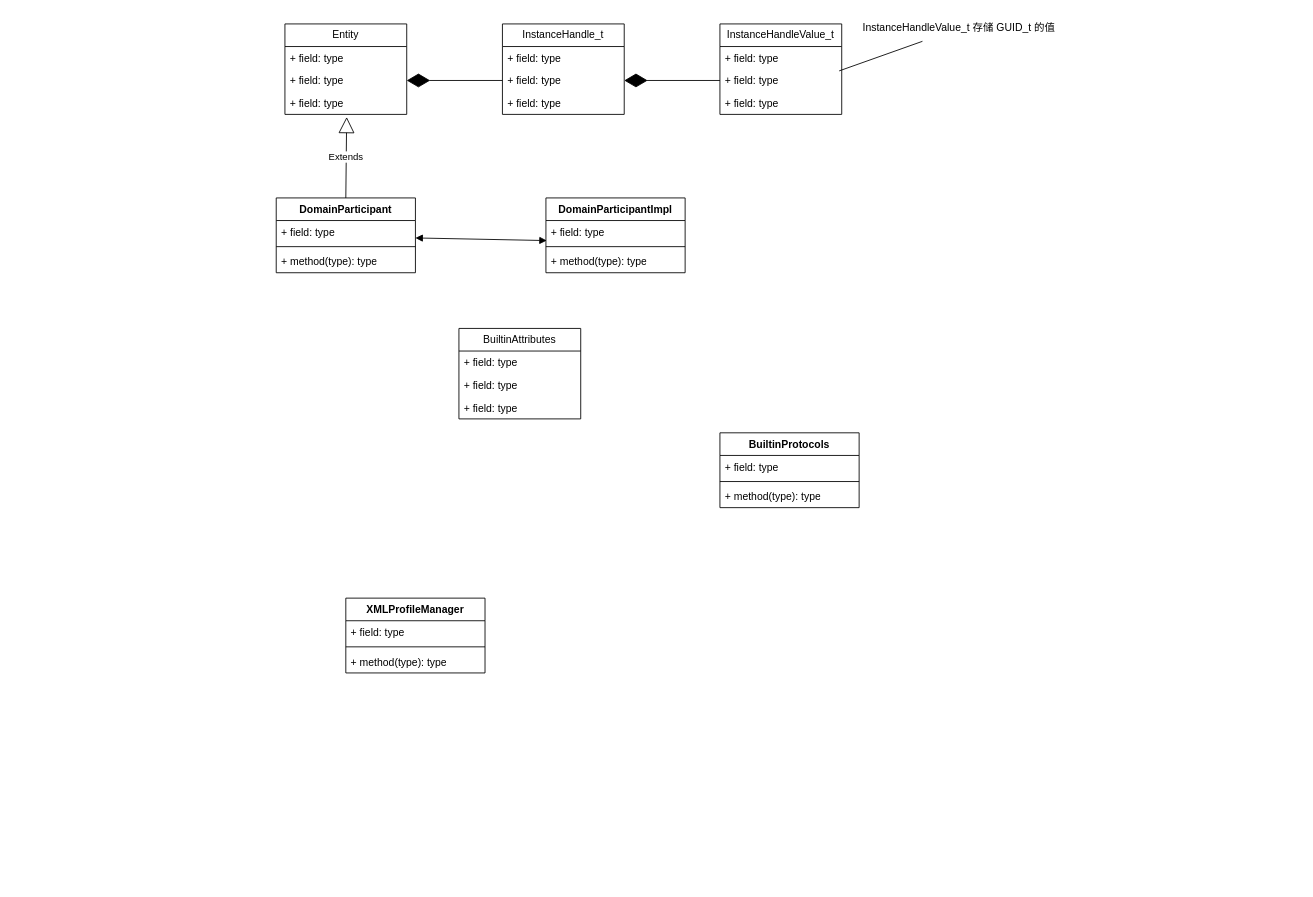
This is fastdds/v2.8.2/fastdds_fastrtps_classes.drawio from hexu1985/Collection.Of.Cpp.Utility.Tools, a draw.io file, before an edit. Source tidied: cells renumbered, new cells numbered last; positions are measured from the earlier drawing's top-left corner, leaving out a move shared by most shapes. Both pictures are drawn from the tidied source at 87%, with x=0, y=0 at pixel (276, 15).
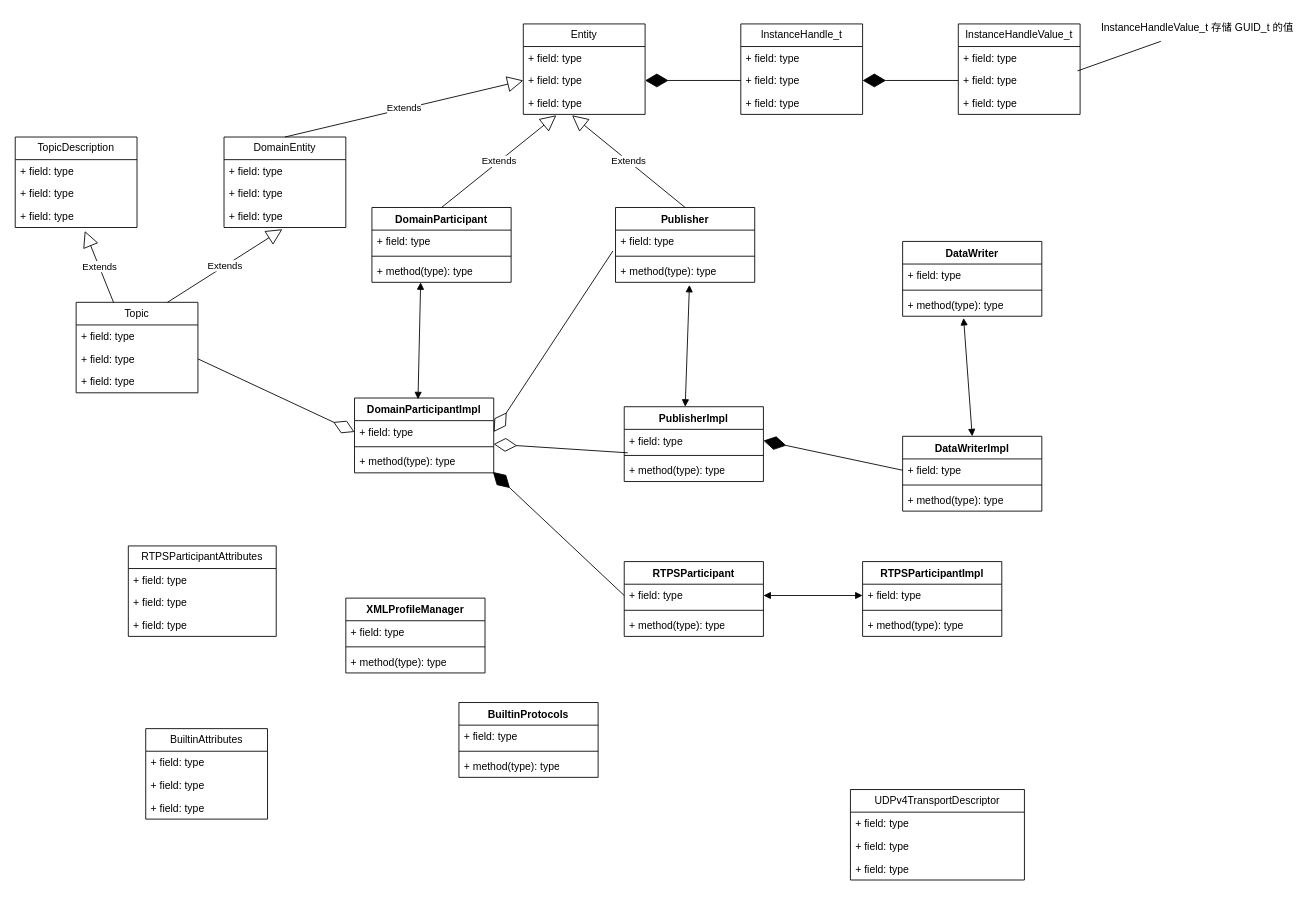
The same diagram, later.

The change refers to these unchanged cells:
```xml
<mxCell id="15" value="+ field: type" style="text;strokeColor=none;fillColor=none;align=left;verticalAlign=top;spacingLeft=4;spacingRight=4;overflow=hidden;points=[[0,0.5],[1,0.5]];portConstraint=eastwest;whiteSpace=wrap;html=1;" parent="14" vertex="1">
  <mxGeometry y="26" width="160" height="26" as="geometry" />
</mxCell>
<mxCell id="17" value="+ method(type): type" style="text;strokeColor=none;fillColor=none;align=left;verticalAlign=top;spacingLeft=4;spacingRight=4;overflow=hidden;points=[[0,0.5],[1,0.5]];portConstraint=eastwest;whiteSpace=wrap;html=1;" parent="14" vertex="1">
  <mxGeometry y="60" width="160" height="26" as="geometry" />
</mxCell>
<mxCell id="19" value="+ field: type" style="text;strokeColor=none;fillColor=none;align=left;verticalAlign=top;spacingLeft=4;spacingRight=4;overflow=hidden;points=[[0,0.5],[1,0.5]];portConstraint=eastwest;whiteSpace=wrap;html=1;" parent="18" vertex="1">
  <mxGeometry y="26" width="160" height="26" as="geometry" />
</mxCell>
<mxCell id="21" value="+ method(type): type" style="text;strokeColor=none;fillColor=none;align=left;verticalAlign=top;spacingLeft=4;spacingRight=4;overflow=hidden;points=[[0,0.5],[1,0.5]];portConstraint=eastwest;whiteSpace=wrap;html=1;" parent="18" vertex="1">
  <mxGeometry y="60" width="160" height="26" as="geometry" />
</mxCell>
<mxCell id="25" value="+ field: type" style="text;strokeColor=none;fillColor=none;align=left;verticalAlign=top;spacingLeft=4;spacingRight=4;overflow=hidden;points=[[0,0.5],[1,0.5]];portConstraint=eastwest;whiteSpace=wrap;html=1;" parent="23" vertex="1">
  <mxGeometry y="52" width="140" height="26" as="geometry" />
</mxCell>
<mxCell id="26" value="+ field: type" style="text;strokeColor=none;fillColor=none;align=left;verticalAlign=top;spacingLeft=4;spacingRight=4;overflow=hidden;points=[[0,0.5],[1,0.5]];portConstraint=eastwest;whiteSpace=wrap;html=1;" parent="23" vertex="1">
  <mxGeometry y="78" width="140" height="26" as="geometry" />
</mxCell>
```

Change to the diagram source:
```diff
@@
     <mxCell id="2" value="BuiltinProtocols" style="swimlane;fontStyle=1;align=center;verticalAlign=top;horizontal=1;startSize=26;whiteSpace=wrap;html=1;" parent="1" vertex="1">
-      <mxGeometry x="510" y="480" width="160" height="86" as="geometry" />
+      <mxGeometry x="210" y="790" width="160" height="86" as="geometry" />
     </mxCell>
@@
     <mxCell id="6" value="BuiltinAttributes" style="swimlane;fontStyle=0;horizontal=1;startSize=26;fillColor=none;whiteSpace=wrap;html=1;" parent="1" vertex="1">
-      <mxGeometry x="210" y="360" width="140" height="104" as="geometry" />
+      <mxGeometry x="-150" y="820" width="140" height="104" as="geometry" />
     </mxCell>
@@
     <mxCell id="14" value="DomainParticipantImpl" style="swimlane;fontStyle=1;align=center;verticalAlign=top;horizontal=1;startSize=26;whiteSpace=wrap;html=1;" parent="1" vertex="1">
-      <mxGeometry x="310" y="210" width="160" height="86" as="geometry" />
+      <mxGeometry x="90" y="440" width="160" height="86" as="geometry" />
     </mxCell>
@@
     <mxCell id="18" value="DomainParticipant" style="swimlane;fontStyle=1;align=center;verticalAlign=top;horizontal=1;startSize=26;whiteSpace=wrap;html=1;" parent="1" vertex="1">
-      <mxGeometry y="210" width="160" height="86" as="geometry" />
+      <mxGeometry x="110" y="221" width="160" height="86" as="geometry" />
     </mxCell>
@@
-    <mxCell id="22" style="endArrow=block;startArrow=block;endFill=1;startFill=1;html=1;rounded=0;exitX=1;exitY=0.769;exitDx=0;exitDy=0;exitPerimeter=0;entryX=0.006;entryY=0.885;entryDx=0;entryDy=0;entryPerimeter=0;" parent="1" edge="1" source="19" target="15">
-      <mxGeometry relative="1" as="geometry" />
-    </mxCell>
     <mxCell id="23" value="Entity" style="swimlane;fontStyle=0;horizontal=1;startSize=26;fillColor=none;whiteSpace=wrap;html=1;" parent="1" vertex="1">
-      <mxGeometry x="10" y="10" width="140" height="104" as="geometry" />
+      <mxGeometry x="284" y="10" width="140" height="104" as="geometry" />
     </mxCell>
@@
-    <mxCell id="27" value="Extends" style="endArrow=block;endSize=16;endFill=0;html=1;rounded=0;entryX=0.507;entryY=1.115;entryDx=0;entryDy=0;entryPerimeter=0;exitX=0.5;exitY=0;exitDx=0;exitDy=0;" parent="1" edge="1" source="18" target="26">
+    <mxCell id="27" value="Extends" style="endArrow=block;endSize=16;endFill=0;html=1;rounded=0;entryX=0.271;entryY=1.038;entryDx=0;entryDy=0;entryPerimeter=0;exitX=0.5;exitY=0;exitDx=0;exitDy=0;" parent="1" edge="1" source="18" target="26">
       <mxGeometry relative="1" as="geometry" />
     </mxCell>
     <mxCell id="28" value="InstanceHandle_t" style="swimlane;fontStyle=0;horizontal=1;startSize=26;fillColor=none;whiteSpace=wrap;html=1;" parent="1" vertex="1">
-      <mxGeometry x="260" y="10" width="140" height="104" as="geometry" />
+      <mxGeometry x="534" y="10" width="140" height="104" as="geometry" />
     </mxCell>
@@
     <mxCell id="32" value="InstanceHandleValue_t" style="swimlane;fontStyle=0;horizontal=1;startSize=26;fillColor=none;whiteSpace=wrap;html=1;" parent="1" vertex="1">
-      <mxGeometry x="510" y="10" width="140" height="104" as="geometry" />
+      <mxGeometry x="784" y="10" width="140" height="104" as="geometry" />
     </mxCell>
@@
     <mxCell id="38" value="InstanceHandleValue_t 存储 GUID_t 的值" style="text;html=1;align=center;verticalAlign=middle;whiteSpace=wrap;rounded=0;" parent="1" vertex="1">
-      <mxGeometry x="670" width="230" height="30" as="geometry" />
+      <mxGeometry x="944" width="230" height="30" as="geometry" />
     </mxCell>
@@
+    <mxCell id="40" value="Topic" style="swimlane;fontStyle=0;horizontal=1;startSize=26;fillColor=none;whiteSpace=wrap;html=1;" parent="1" vertex="1">
+      <mxGeometry x="-230" y="330" width="140" height="104" as="geometry" />
+    </mxCell>
+    <mxCell id="41" value="+ field: type" style="text;strokeColor=none;fillColor=none;align=left;verticalAlign=top;spacingLeft=4;spacingRight=4;overflow=hidden;whiteSpace=wrap;html=1;" parent="40" vertex="1">
+      <mxGeometry y="26" width="140" height="26" as="geometry" />
+    </mxCell>
+    <mxCell id="42" value="+ field: type" style="text;strokeColor=none;fillColor=none;align=left;verticalAlign=top;spacingLeft=4;spacingRight=4;overflow=hidden;points=[[0,0.5],[1,0.5]];portConstraint=eastwest;whiteSpace=wrap;html=1;" parent="40" vertex="1">
+      <mxGeometry y="52" width="140" height="26" as="geometry" />
+    </mxCell>
+    <mxCell id="43" value="+ field: type" style="text;strokeColor=none;fillColor=none;align=left;verticalAlign=top;spacingLeft=4;spacingRight=4;overflow=hidden;whiteSpace=wrap;html=1;" parent="40" vertex="1">
+      <mxGeometry y="78" width="140" height="26" as="geometry" />
+    </mxCell>
+    <mxCell id="44" value="DomainEntity" style="swimlane;fontStyle=0;horizontal=1;startSize=26;fillColor=none;whiteSpace=wrap;html=1;" parent="1" vertex="1">
+      <mxGeometry x="-60" y="140" width="140" height="104" as="geometry" />
+    </mxCell>
+    <mxCell id="45" value="+ field: type" style="text;strokeColor=none;fillColor=none;align=left;verticalAlign=top;spacingLeft=4;spacingRight=4;overflow=hidden;whiteSpace=wrap;html=1;" parent="44" vertex="1">
+      <mxGeometry y="26" width="140" height="26" as="geometry" />
+    </mxCell>
+    <mxCell id="46" value="+ field: type" style="text;strokeColor=none;fillColor=none;align=left;verticalAlign=top;spacingLeft=4;spacingRight=4;overflow=hidden;whiteSpace=wrap;html=1;" parent="44" vertex="1">
+      <mxGeometry y="52" width="140" height="26" as="geometry" />
+    </mxCell>
+    <mxCell id="47" value="+ field: type" style="text;strokeColor=none;fillColor=none;align=left;verticalAlign=top;spacingLeft=4;spacingRight=4;overflow=hidden;points=[[0,0.5],[1,0.5]];portConstraint=eastwest;whiteSpace=wrap;html=1;" parent="44" vertex="1">
+      <mxGeometry y="78" width="140" height="26" as="geometry" />
+    </mxCell>
+    <mxCell id="48" value="Extends" style="endArrow=block;endSize=16;endFill=0;html=1;rounded=0;entryX=0;entryY=0.5;entryDx=0;entryDy=0;exitX=0.5;exitY=0;exitDx=0;exitDy=0;" parent="1" edge="1" source="44" target="25">
+      <mxGeometry relative="1" as="geometry" />
+    </mxCell>
+    <mxCell id="49" value="TopicDescription" style="swimlane;fontStyle=0;horizontal=1;startSize=26;fillColor=none;whiteSpace=wrap;html=1;" parent="1" vertex="1">
+      <mxGeometry x="-300" y="140" width="140" height="104" as="geometry" />
+    </mxCell>
+    <mxCell id="50" value="+ field: type" style="text;strokeColor=none;fillColor=none;align=left;verticalAlign=top;spacingLeft=4;spacingRight=4;overflow=hidden;whiteSpace=wrap;html=1;" parent="49" vertex="1">
+      <mxGeometry y="26" width="140" height="26" as="geometry" />
+    </mxCell>
+    <mxCell id="51" value="+ field: type" style="text;strokeColor=none;fillColor=none;align=left;verticalAlign=top;spacingLeft=4;spacingRight=4;overflow=hidden;whiteSpace=wrap;html=1;" parent="49" vertex="1">
+      <mxGeometry y="52" width="140" height="26" as="geometry" />
+    </mxCell>
+    <mxCell id="52" value="+ field: type" style="text;strokeColor=none;fillColor=none;align=left;verticalAlign=top;spacingLeft=4;spacingRight=4;overflow=hidden;points=[[0,0.5],[1,0.5]];portConstraint=eastwest;whiteSpace=wrap;html=1;" parent="49" vertex="1">
+      <mxGeometry y="78" width="140" height="26" as="geometry" />
+    </mxCell>
+    <mxCell id="53" value="Extends" style="endArrow=block;endSize=16;endFill=0;html=1;rounded=0;entryX=0.479;entryY=1.077;entryDx=0;entryDy=0;entryPerimeter=0;exitX=0.75;exitY=0;exitDx=0;exitDy=0;" parent="1" edge="1" source="40" target="47">
+      <mxGeometry relative="1" as="geometry" />
+    </mxCell>
+    <mxCell id="54" value="Extends" style="endArrow=block;endSize=16;endFill=0;html=1;rounded=0;entryX=0.571;entryY=1.154;entryDx=0;entryDy=0;entryPerimeter=0;exitX=0.307;exitY=0;exitDx=0;exitDy=0;exitPerimeter=0;" parent="1" edge="1" source="40" target="52">
+      <mxGeometry relative="1" as="geometry" />
+    </mxCell>
+    <mxCell id="55" value="Extends" style="endArrow=block;endSize=16;endFill=0;html=1;rounded=0;exitX=0.5;exitY=0;exitDx=0;exitDy=0;entryX=0.4;entryY=1.038;entryDx=0;entryDy=0;entryPerimeter=0;" parent="1" edge="1" source="62" target="26">
+      <mxGeometry relative="1" as="geometry" />
+    </mxCell>
+    <mxCell id="56" style="endArrow=block;startArrow=block;endFill=1;startFill=1;html=1;rounded=0;exitX=0.531;exitY=1.115;exitDx=0;exitDy=0;entryX=0.438;entryY=0;entryDx=0;entryDy=0;exitPerimeter=0;entryPerimeter=0;" parent="1" edge="1" source="65" target="58">
+      <mxGeometry relative="1" as="geometry" />
+    </mxCell>
+    <mxCell id="57" style="endArrow=diamondThin;endFill=0;endSize=24;html=1;rounded=0;entryX=0;entryY=0.5;entryDx=0;entryDy=0;exitX=1;exitY=0.5;exitDx=0;exitDy=0;" parent="1" edge="1" source="42" target="15">
+      <mxGeometry relative="1" as="geometry" />
+    </mxCell>
+    <mxCell id="58" value="PublisherImpl" style="swimlane;fontStyle=1;align=center;verticalAlign=top;horizontal=1;startSize=26;whiteSpace=wrap;html=1;" parent="1" vertex="1">
+      <mxGeometry x="400" y="450" width="160" height="86" as="geometry" />
+    </mxCell>
+    <mxCell id="59" value="+ field: type" style="text;strokeColor=none;fillColor=none;align=left;verticalAlign=top;spacingLeft=4;spacingRight=4;overflow=hidden;points=[[0,0.5],[1,0.5]];portConstraint=eastwest;whiteSpace=wrap;html=1;" parent="58" vertex="1">
+      <mxGeometry y="26" width="160" height="26" as="geometry" />
+    </mxCell>
+    <mxCell id="60" style="line;strokeWidth=1;fillColor=none;align=left;verticalAlign=middle;spacingTop=-1;spacingLeft=3;spacingRight=3;labelPosition=right;strokeColor=inherit;" parent="58" vertex="1">
+      <mxGeometry y="52" width="160" height="8" as="geometry" />
+    </mxCell>
+    <mxCell id="61" value="+ method(type): type" style="text;strokeColor=none;fillColor=none;align=left;verticalAlign=top;spacingLeft=4;spacingRight=4;overflow=hidden;whiteSpace=wrap;html=1;" parent="58" vertex="1">
+      <mxGeometry y="60" width="160" height="26" as="geometry" />
+    </mxCell>
+    <mxCell id="62" value="Publisher" style="swimlane;fontStyle=1;align=center;verticalAlign=top;horizontal=1;startSize=26;whiteSpace=wrap;html=1;" parent="1" vertex="1">
+      <mxGeometry x="390" y="221" width="160" height="86" as="geometry" />
+    </mxCell>
+    <mxCell id="63" value="+ field: type" style="text;strokeColor=none;fillColor=none;align=left;verticalAlign=top;spacingLeft=4;spacingRight=4;overflow=hidden;points=[[0,0.5],[1,0.5]];portConstraint=eastwest;whiteSpace=wrap;html=1;" parent="62" vertex="1">
+      <mxGeometry y="26" width="160" height="26" as="geometry" />
+    </mxCell>
+    <mxCell id="64" style="line;strokeWidth=1;fillColor=none;align=left;verticalAlign=middle;spacingTop=-1;spacingLeft=3;spacingRight=3;labelPosition=right;strokeColor=inherit;" parent="62" vertex="1">
+      <mxGeometry y="52" width="160" height="8" as="geometry" />
+    </mxCell>
+    <mxCell id="65" value="+ method(type): type" style="text;strokeColor=none;fillColor=none;align=left;verticalAlign=top;spacingLeft=4;spacingRight=4;overflow=hidden;points=[[0,0.5],[1,0.5]];portConstraint=eastwest;whiteSpace=wrap;html=1;" parent="62" vertex="1">
+      <mxGeometry y="60" width="160" height="26" as="geometry" />
+    </mxCell>
+    <mxCell id="66" style="endArrow=block;startArrow=block;endFill=1;startFill=1;html=1;rounded=0;exitX=0.35;exitY=1;exitDx=0;exitDy=0;entryX=0.456;entryY=0.017;entryDx=0;entryDy=0;exitPerimeter=0;entryPerimeter=0;" parent="1" edge="1" source="21" target="14">
+      <mxGeometry relative="1" as="geometry" />
+    </mxCell>
+    <mxCell id="67" style="endArrow=diamondThin;endFill=0;endSize=24;html=1;rounded=0;entryX=1;entryY=0.5;entryDx=0;entryDy=0;exitX=-0.019;exitY=0.923;exitDx=0;exitDy=0;exitPerimeter=0;" parent="1" edge="1" source="63" target="15">
+      <mxGeometry relative="1" as="geometry" />
+    </mxCell>
+    <mxCell id="68" style="endArrow=diamondThin;endFill=0;endSize=24;html=1;rounded=0;entryX=1;entryY=1.038;entryDx=0;entryDy=0;exitX=0.025;exitY=1.038;exitDx=0;exitDy=0;exitPerimeter=0;entryPerimeter=0;" parent="1" edge="1" source="59" target="15">
+      <mxGeometry relative="1" as="geometry" />
+    </mxCell>
+    <mxCell id="69" value="DataWriterImpl" style="swimlane;fontStyle=1;align=center;verticalAlign=top;horizontal=1;startSize=26;whiteSpace=wrap;html=1;" parent="1" vertex="1">
+      <mxGeometry x="720" y="484" width="160" height="86" as="geometry" />
+    </mxCell>
+    <mxCell id="70" value="+ field: type" style="text;strokeColor=none;fillColor=none;align=left;verticalAlign=top;spacingLeft=4;spacingRight=4;overflow=hidden;points=[[0,0.5],[1,0.5]];portConstraint=eastwest;whiteSpace=wrap;html=1;" parent="69" vertex="1">
+      <mxGeometry y="26" width="160" height="26" as="geometry" />
+    </mxCell>
+    <mxCell id="71" style="line;strokeWidth=1;fillColor=none;align=left;verticalAlign=middle;spacingTop=-1;spacingLeft=3;spacingRight=3;labelPosition=right;strokeColor=inherit;" parent="69" vertex="1">
+      <mxGeometry y="52" width="160" height="8" as="geometry" />
+    </mxCell>
+    <mxCell id="72" value="+ method(type): type" style="text;strokeColor=none;fillColor=none;align=left;verticalAlign=top;spacingLeft=4;spacingRight=4;overflow=hidden;whiteSpace=wrap;html=1;" parent="69" vertex="1">
+      <mxGeometry y="60" width="160" height="26" as="geometry" />
+    </mxCell>
+    <mxCell id="73" value="DataWriter" style="swimlane;fontStyle=1;align=center;verticalAlign=top;horizontal=1;startSize=26;whiteSpace=wrap;html=1;" parent="1" vertex="1">
+      <mxGeometry x="720" y="260" width="160" height="86" as="geometry" />
+    </mxCell>
+    <mxCell id="74" value="+ field: type" style="text;strokeColor=none;fillColor=none;align=left;verticalAlign=top;spacingLeft=4;spacingRight=4;overflow=hidden;whiteSpace=wrap;html=1;" parent="73" vertex="1">
+      <mxGeometry y="26" width="160" height="26" as="geometry" />
+    </mxCell>
+    <mxCell id="75" style="line;strokeWidth=1;fillColor=none;align=left;verticalAlign=middle;spacingTop=-1;spacingLeft=3;spacingRight=3;labelPosition=right;strokeColor=inherit;" parent="73" vertex="1">
+      <mxGeometry y="52" width="160" height="8" as="geometry" />
+    </mxCell>
+    <mxCell id="76" value="+ method(type): type" style="text;strokeColor=none;fillColor=none;align=left;verticalAlign=top;spacingLeft=4;spacingRight=4;overflow=hidden;points=[[0,0.5],[1,0.5]];portConstraint=eastwest;whiteSpace=wrap;html=1;" parent="73" vertex="1">
+      <mxGeometry y="60" width="160" height="26" as="geometry" />
+    </mxCell>
+    <mxCell id="77" style="endArrow=diamondThin;endFill=1;endSize=24;html=1;rounded=0;exitX=0;exitY=0.5;exitDx=0;exitDy=0;entryX=1;entryY=0.5;entryDx=0;entryDy=0;" parent="1" edge="1" source="70" target="59">
+      <mxGeometry relative="1" as="geometry" />
+    </mxCell>
+    <mxCell id="78" style="endArrow=block;startArrow=block;endFill=1;startFill=1;html=1;rounded=0;exitX=0.438;exitY=1.077;exitDx=0;exitDy=0;entryX=0.5;entryY=0;entryDx=0;entryDy=0;exitPerimeter=0;" parent="1" edge="1" source="76" target="69">
+      <mxGeometry relative="1" as="geometry" />
+    </mxCell>
+    <mxCell id="79" value="RTPSParticipantAttributes" style="swimlane;fontStyle=0;horizontal=1;startSize=26;fillColor=none;whiteSpace=wrap;html=1;" parent="1" vertex="1">
+      <mxGeometry x="-170" y="610" width="170" height="104" as="geometry" />
+    </mxCell>
+    <mxCell id="80" value="+ field: type" style="text;strokeColor=none;fillColor=none;align=left;verticalAlign=top;spacingLeft=4;spacingRight=4;overflow=hidden;whiteSpace=wrap;html=1;" parent="79" vertex="1">
+      <mxGeometry y="26" width="170" height="26" as="geometry" />
+    </mxCell>
+    <mxCell id="81" value="+ field: type" style="text;strokeColor=none;fillColor=none;align=left;verticalAlign=top;spacingLeft=4;spacingRight=4;overflow=hidden;whiteSpace=wrap;html=1;" parent="79" vertex="1">
+      <mxGeometry y="52" width="170" height="26" as="geometry" />
+    </mxCell>
+    <mxCell id="82" value="+ field: type" style="text;strokeColor=none;fillColor=none;align=left;verticalAlign=top;spacingLeft=4;spacingRight=4;overflow=hidden;whiteSpace=wrap;html=1;" parent="79" vertex="1">
+      <mxGeometry y="78" width="170" height="26" as="geometry" />
+    </mxCell>
+    <mxCell id="83" value="RTPSParticipantImpl" style="swimlane;fontStyle=1;align=center;verticalAlign=top;horizontal=1;startSize=26;whiteSpace=wrap;html=1;" parent="1" vertex="1">
+      <mxGeometry x="674" y="628" width="160" height="86" as="geometry" />
+    </mxCell>
+    <mxCell id="84" value="+ field: type" style="text;strokeColor=none;fillColor=none;align=left;verticalAlign=top;spacingLeft=4;spacingRight=4;overflow=hidden;points=[[0,0.5],[1,0.5]];portConstraint=eastwest;whiteSpace=wrap;html=1;" parent="83" vertex="1">
+      <mxGeometry y="26" width="160" height="26" as="geometry" />
+    </mxCell>
+    <mxCell id="85" style="line;strokeWidth=1;fillColor=none;align=left;verticalAlign=middle;spacingTop=-1;spacingLeft=3;spacingRight=3;labelPosition=right;strokeColor=inherit;" parent="83" vertex="1">
+      <mxGeometry y="52" width="160" height="8" as="geometry" />
+    </mxCell>
+    <mxCell id="86" value="+ method(type): type" style="text;strokeColor=none;fillColor=none;align=left;verticalAlign=top;spacingLeft=4;spacingRight=4;overflow=hidden;whiteSpace=wrap;html=1;" parent="83" vertex="1">
+      <mxGeometry y="60" width="160" height="26" as="geometry" />
+    </mxCell>
+    <mxCell id="87" value="RTPSParticipant" style="swimlane;fontStyle=1;align=center;verticalAlign=top;horizontal=1;startSize=26;whiteSpace=wrap;html=1;" parent="1" vertex="1">
+      <mxGeometry x="400" y="628" width="160" height="86" as="geometry" />
+    </mxCell>
+    <mxCell id="88" value="+ field: type" style="text;strokeColor=none;fillColor=none;align=left;verticalAlign=top;spacingLeft=4;spacingRight=4;overflow=hidden;points=[[0,0.5],[1,0.5]];portConstraint=eastwest;whiteSpace=wrap;html=1;" parent="87" vertex="1">
+      <mxGeometry y="26" width="160" height="26" as="geometry" />
+    </mxCell>
+    <mxCell id="89" style="line;strokeWidth=1;fillColor=none;align=left;verticalAlign=middle;spacingTop=-1;spacingLeft=3;spacingRight=3;labelPosition=right;strokeColor=inherit;" parent="87" vertex="1">
+      <mxGeometry y="52" width="160" height="8" as="geometry" />
+    </mxCell>
+    <mxCell id="90" value="+ method(type): type" style="text;strokeColor=none;fillColor=none;align=left;verticalAlign=top;spacingLeft=4;spacingRight=4;overflow=hidden;whiteSpace=wrap;html=1;" parent="87" vertex="1">
+      <mxGeometry y="60" width="160" height="26" as="geometry" />
+    </mxCell>
+    <mxCell id="91" style="endArrow=diamondThin;endFill=1;endSize=24;html=1;rounded=0;entryX=0.994;entryY=0.962;entryDx=0;entryDy=0;entryPerimeter=0;exitX=0;exitY=0.5;exitDx=0;exitDy=0;" parent="1" edge="1" source="88" target="17">
+      <mxGeometry relative="1" as="geometry" />
+    </mxCell>
+    <mxCell id="92" style="endArrow=block;startArrow=block;endFill=1;startFill=1;html=1;rounded=0;exitX=1;exitY=0.5;exitDx=0;exitDy=0;entryX=0;entryY=0.5;entryDx=0;entryDy=0;" parent="1" edge="1" source="88" target="84">
+      <mxGeometry relative="1" as="geometry" />
+    </mxCell>
+    <mxCell id="93" value="UDPv4TransportDescriptor" style="swimlane;fontStyle=0;horizontal=1;startSize=26;fillColor=none;whiteSpace=wrap;html=1;" parent="1" vertex="1">
+      <mxGeometry x="660" y="890" width="200" height="104" as="geometry" />
+    </mxCell>
+    <mxCell id="94" value="+ field: type" style="text;strokeColor=none;fillColor=none;align=left;verticalAlign=top;spacingLeft=4;spacingRight=4;overflow=hidden;whiteSpace=wrap;html=1;" parent="93" vertex="1">
+      <mxGeometry y="26" width="200" height="26" as="geometry" />
+    </mxCell>
+    <mxCell id="95" value="+ field: type" style="text;strokeColor=none;fillColor=none;align=left;verticalAlign=top;spacingLeft=4;spacingRight=4;overflow=hidden;whiteSpace=wrap;html=1;" parent="93" vertex="1">
+      <mxGeometry y="52" width="200" height="26" as="geometry" />
+    </mxCell>
+    <mxCell id="96" value="+ field: type" style="text;strokeColor=none;fillColor=none;align=left;verticalAlign=top;spacingLeft=4;spacingRight=4;overflow=hidden;whiteSpace=wrap;html=1;" parent="93" vertex="1">
+      <mxGeometry y="78" width="200" height="26" as="geometry" />
+    </mxCell>
```
